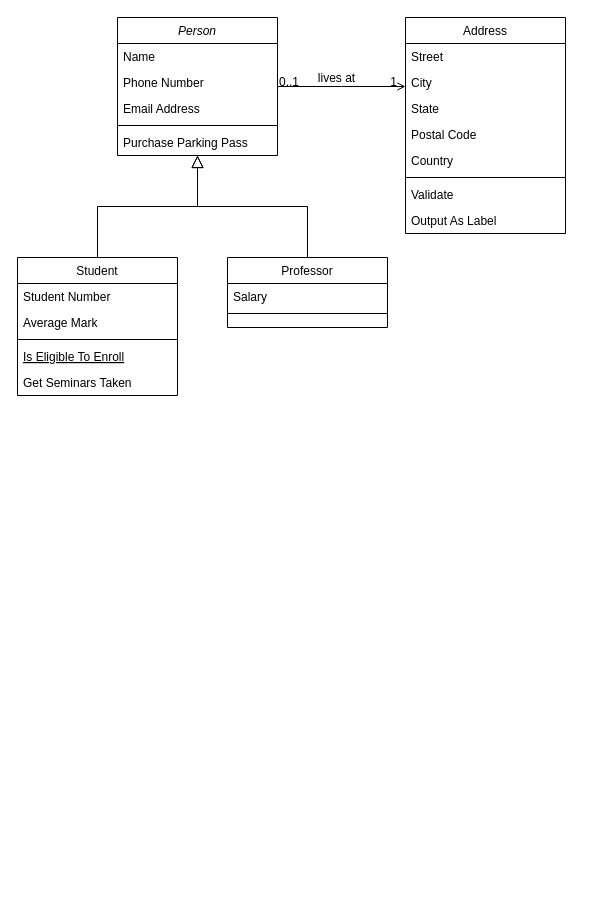
Above: Untitled Diagram.drawio in Lana-243/test-guru (draw.io), before the change. Source tidied: cells renumbered, new cells numbered last; positions are measured from the earlier drawing's top-left corner, leaving out a move shared by most shapes. Both pictures are drawn from the tidied source at 100%, with x=0, y=0 at pixel (17, 17).
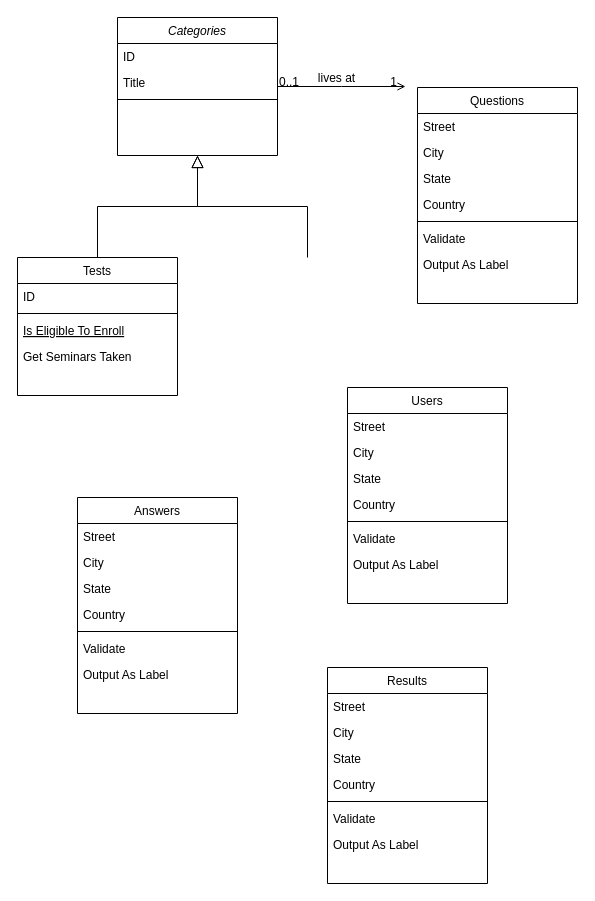
After the change.

The edit, as a diff of the source:
```diff
@@
-    <mxCell id="2" value="Person" style="swimlane;fontStyle=2;align=center;verticalAlign=top;horizontal=1;startSize=26;rounded=0;shadow=0;strokeWidth=1;" parent="1" vertex="1">
+    <mxCell id="2" value="Categories" style="swimlane;fontStyle=2;align=center;verticalAlign=top;horizontal=1;startSize=26;rounded=0;shadow=0;strokeWidth=1;" parent="1" vertex="1">
       <mxGeometry x="100" width="160" height="138" as="geometry" />
     </mxCell>
-    <mxCell id="3" value="Name" style="text;align=left;verticalAlign=top;spacingLeft=4;spacingRight=4;overflow=hidden;" parent="2" vertex="1">
+    <mxCell id="3" value="ID&#10;" style="text;align=left;verticalAlign=top;spacingLeft=4;spacingRight=4;overflow=hidden;" parent="2" vertex="1">
       <mxGeometry y="26" width="160" height="26" as="geometry" />
     </mxCell>
-    <mxCell id="4" value="Phone Number" style="text;align=left;verticalAlign=top;spacingLeft=4;spacingRight=4;overflow=hidden;rounded=0;shadow=0;html=0;" parent="2" vertex="1">
-      <mxGeometry y="52" width="160" height="26" as="geometry" />
-    </mxCell>
-    <mxCell id="5" value="Email Address" style="text;align=left;verticalAlign=top;spacingLeft=4;spacingRight=4;overflow=hidden;rounded=0;shadow=0;html=0;" parent="2" vertex="1">
-      <mxGeometry y="78" width="160" height="26" as="geometry" />
-    </mxCell>
+    <mxCell id="23" value="Title" style="text;align=left;verticalAlign=top;spacingLeft=4;spacingRight=4;overflow=hidden;rounded=0;shadow=0;html=0;" parent="2" vertex="1">
+      <mxGeometry y="52" width="160" height="26" as="geometry" />
+    </mxCell>
     <mxCell id="6" style="line;html=1;strokeWidth=1;align=left;verticalAlign=middle;spacingTop=-1;spacingLeft=3;spacingRight=3;labelPosition=right;" parent="2" vertex="1">
-      <mxGeometry y="104" width="160" height="8" as="geometry" />
+      <mxGeometry y="78" width="160" height="8" as="geometry" />
     </mxCell>
-    <mxCell id="7" value="Purchase Parking Pass" style="text;align=left;verticalAlign=top;spacingLeft=4;spacingRight=4;overflow=hidden;" parent="2" vertex="1">
-      <mxGeometry y="112" width="160" height="26" as="geometry" />
-    </mxCell>
-    <mxCell id="8" value="Student" style="swimlane;fontStyle=0;align=center;verticalAlign=top;horizontal=1;startSize=26;rounded=0;shadow=0;strokeWidth=1;" parent="1" vertex="1">
+    <mxCell id="8" value="Tests" style="swimlane;fontStyle=0;align=center;verticalAlign=top;horizontal=1;startSize=26;rounded=0;shadow=0;strokeWidth=1;" parent="1" vertex="1">
       <mxGeometry y="240" width="160" height="138" as="geometry" />
     </mxCell>
-    <mxCell id="9" value="Student Number" style="text;align=left;verticalAlign=top;spacingLeft=4;spacingRight=4;overflow=hidden;" parent="8" vertex="1">
-      <mxGeometry y="26" width="160" height="26" as="geometry" />
-    </mxCell>
-    <mxCell id="10" value="Average Mark" style="text;align=left;verticalAlign=top;spacingLeft=4;spacingRight=4;overflow=hidden;rounded=0;shadow=0;html=0;" parent="8" vertex="1">
-      <mxGeometry y="52" width="160" height="26" as="geometry" />
+    <mxCell id="10" value="ID" style="text;align=left;verticalAlign=top;spacingLeft=4;spacingRight=4;overflow=hidden;rounded=0;shadow=0;html=0;" parent="8" vertex="1">
+      <mxGeometry y="26" width="160" height="26" as="geometry" />
     </mxCell>
     <mxCell id="11" style="line;html=1;strokeWidth=1;align=left;verticalAlign=middle;spacingTop=-1;spacingLeft=3;spacingRight=3;labelPosition=right;" parent="8" vertex="1">
-      <mxGeometry y="78" width="160" height="8" as="geometry" />
+      <mxGeometry y="52" width="160" height="8" as="geometry" />
     </mxCell>
     <mxCell id="12" value="Is Eligible To Enroll" style="text;align=left;verticalAlign=top;spacingLeft=4;spacingRight=4;overflow=hidden;fontStyle=4;" parent="8" vertex="1">
-      <mxGeometry y="86" width="160" height="26" as="geometry" />
+      <mxGeometry y="60" width="160" height="26" as="geometry" />
     </mxCell>
     <mxCell id="13" value="Get Seminars Taken" style="text;align=left;verticalAlign=top;spacingLeft=4;spacingRight=4;overflow=hidden;" parent="8" vertex="1">
-      <mxGeometry y="112" width="160" height="26" as="geometry" />
+      <mxGeometry y="86" width="160" height="26" as="geometry" />
     </mxCell>
@@
-    <mxCell id="15" value="Professor" style="swimlane;fontStyle=0;align=center;verticalAlign=top;horizontal=1;startSize=26;rounded=0;shadow=0;strokeWidth=1;" parent="1" vertex="1">
-      <mxGeometry x="210" y="240" width="160" height="70" as="geometry" />
-    </mxCell>
-    <mxCell id="16" value="Salary" style="text;align=left;verticalAlign=top;spacingLeft=4;spacingRight=4;overflow=hidden;" parent="15" vertex="1">
-      <mxGeometry y="26" width="160" height="26" as="geometry" />
-    </mxCell>
-    <mxCell id="17" style="line;html=1;strokeWidth=1;align=left;verticalAlign=middle;spacingTop=-1;spacingLeft=3;spacingRight=3;labelPosition=right;" parent="15" vertex="1">
-      <mxGeometry y="52" width="160" height="8" as="geometry" />
-    </mxCell>
-    <mxCell id="18" style="endArrow=block;endSize=10;endFill=0;shadow=0;strokeWidth=1;rounded=0;edgeStyle=elbowEdgeStyle;elbow=vertical;" parent="1" edge="1" source="15" target="2">
-      <mxGeometry relative="1" as="geometry" />
+    <mxCell id="18" style="endArrow=block;endSize=10;endFill=0;shadow=0;strokeWidth=1;rounded=0;edgeStyle=elbowEdgeStyle;elbow=vertical;" parent="1" edge="1" target="2">
+      <mxGeometry relative="1" as="geometry">
+        <mxPoint x="290" y="240" as="sourcePoint" />
+      </mxGeometry>
     </mxCell>
-    <mxCell id="19" value="Address" style="swimlane;fontStyle=0;align=center;verticalAlign=top;horizontal=1;startSize=26;rounded=0;shadow=0;strokeWidth=1;" parent="1" vertex="1">
-      <mxGeometry x="388" width="160" height="216" as="geometry" />
-    </mxCell>
-    <mxCell id="20" value="Street" style="text;align=left;verticalAlign=top;spacingLeft=4;spacingRight=4;overflow=hidden;" parent="19" vertex="1">
-      <mxGeometry y="26" width="160" height="26" as="geometry" />
-    </mxCell>
-    <mxCell id="21" value="City" style="text;align=left;verticalAlign=top;spacingLeft=4;spacingRight=4;overflow=hidden;rounded=0;shadow=0;html=0;" parent="19" vertex="1">
-      <mxGeometry y="52" width="160" height="26" as="geometry" />
-    </mxCell>
-    <mxCell id="22" value="State" style="text;align=left;verticalAlign=top;spacingLeft=4;spacingRight=4;overflow=hidden;rounded=0;shadow=0;html=0;" parent="19" vertex="1">
-      <mxGeometry y="78" width="160" height="26" as="geometry" />
-    </mxCell>
-    <mxCell id="23" value="Postal Code" style="text;align=left;verticalAlign=top;spacingLeft=4;spacingRight=4;overflow=hidden;rounded=0;shadow=0;html=0;" parent="19" vertex="1">
-      <mxGeometry y="104" width="160" height="26" as="geometry" />
-    </mxCell>
-    <mxCell id="24" value="Country" style="text;align=left;verticalAlign=top;spacingLeft=4;spacingRight=4;overflow=hidden;rounded=0;shadow=0;html=0;" parent="19" vertex="1">
-      <mxGeometry y="130" width="160" height="26" as="geometry" />
-    </mxCell>
-    <mxCell id="25" style="line;html=1;strokeWidth=1;align=left;verticalAlign=middle;spacingTop=-1;spacingLeft=3;spacingRight=3;labelPosition=right;" parent="19" vertex="1">
-      <mxGeometry y="156" width="160" height="8" as="geometry" />
-    </mxCell>
-    <mxCell id="26" value="Validate" style="text;align=left;verticalAlign=top;spacingLeft=4;spacingRight=4;overflow=hidden;" parent="19" vertex="1">
-      <mxGeometry y="164" width="160" height="26" as="geometry" />
-    </mxCell>
-    <mxCell id="27" value="Output As Label" style="text;align=left;verticalAlign=top;spacingLeft=4;spacingRight=4;overflow=hidden;" parent="19" vertex="1">
-      <mxGeometry y="190" width="160" height="26" as="geometry" />
-    </mxCell>
-    <mxCell id="28" style="endArrow=open;shadow=0;strokeWidth=1;rounded=0;endFill=1;edgeStyle=elbowEdgeStyle;elbow=vertical;" parent="1" edge="1" source="2" target="19">
+    <mxCell id="28" style="endArrow=open;shadow=0;strokeWidth=1;rounded=0;endFill=1;edgeStyle=elbowEdgeStyle;elbow=vertical;" parent="1" edge="1" source="2">
       <mxGeometry x="0.5" y="41" relative="1" as="geometry">
+        <mxPoint x="388" y="69" as="targetPoint" />
         <mxPoint x="-40" y="32" as="offset" />
       </mxGeometry>
     </mxCell>
@@
+    <mxCell id="32" value="Users" style="swimlane;fontStyle=0;align=center;verticalAlign=top;horizontal=1;startSize=26;rounded=0;shadow=0;strokeWidth=1;" parent="1" vertex="1">
+      <mxGeometry x="330" y="370" width="160" height="216" as="geometry" />
+    </mxCell>
+    <mxCell id="33" value="Street" style="text;align=left;verticalAlign=top;spacingLeft=4;spacingRight=4;overflow=hidden;" parent="32" vertex="1">
+      <mxGeometry y="26" width="160" height="26" as="geometry" />
+    </mxCell>
+    <mxCell id="34" value="City" style="text;align=left;verticalAlign=top;spacingLeft=4;spacingRight=4;overflow=hidden;rounded=0;shadow=0;html=0;" parent="32" vertex="1">
+      <mxGeometry y="52" width="160" height="26" as="geometry" />
+    </mxCell>
+    <mxCell id="35" value="State" style="text;align=left;verticalAlign=top;spacingLeft=4;spacingRight=4;overflow=hidden;rounded=0;shadow=0;html=0;" parent="32" vertex="1">
+      <mxGeometry y="78" width="160" height="26" as="geometry" />
+    </mxCell>
+    <mxCell id="36" value="Country" style="text;align=left;verticalAlign=top;spacingLeft=4;spacingRight=4;overflow=hidden;rounded=0;shadow=0;html=0;" parent="32" vertex="1">
+      <mxGeometry y="104" width="160" height="26" as="geometry" />
+    </mxCell>
+    <mxCell id="37" style="line;html=1;strokeWidth=1;align=left;verticalAlign=middle;spacingTop=-1;spacingLeft=3;spacingRight=3;labelPosition=right;" parent="32" vertex="1">
+      <mxGeometry y="130" width="160" height="8" as="geometry" />
+    </mxCell>
+    <mxCell id="38" value="Validate" style="text;align=left;verticalAlign=top;spacingLeft=4;spacingRight=4;overflow=hidden;" parent="32" vertex="1">
+      <mxGeometry y="138" width="160" height="26" as="geometry" />
+    </mxCell>
+    <mxCell id="39" value="Output As Label" style="text;align=left;verticalAlign=top;spacingLeft=4;spacingRight=4;overflow=hidden;" parent="32" vertex="1">
+      <mxGeometry y="164" width="160" height="26" as="geometry" />
+    </mxCell>
+    <mxCell id="40" value="Questions" style="swimlane;fontStyle=0;align=center;verticalAlign=top;horizontal=1;startSize=26;rounded=0;shadow=0;strokeWidth=1;" parent="1" vertex="1">
+      <mxGeometry x="400" y="70" width="160" height="216" as="geometry" />
+    </mxCell>
+    <mxCell id="41" value="Street" style="text;align=left;verticalAlign=top;spacingLeft=4;spacingRight=4;overflow=hidden;" parent="40" vertex="1">
+      <mxGeometry y="26" width="160" height="26" as="geometry" />
+    </mxCell>
+    <mxCell id="42" value="City" style="text;align=left;verticalAlign=top;spacingLeft=4;spacingRight=4;overflow=hidden;rounded=0;shadow=0;html=0;" parent="40" vertex="1">
+      <mxGeometry y="52" width="160" height="26" as="geometry" />
+    </mxCell>
+    <mxCell id="43" value="State" style="text;align=left;verticalAlign=top;spacingLeft=4;spacingRight=4;overflow=hidden;rounded=0;shadow=0;html=0;" parent="40" vertex="1">
+      <mxGeometry y="78" width="160" height="26" as="geometry" />
+    </mxCell>
+    <mxCell id="44" value="Country" style="text;align=left;verticalAlign=top;spacingLeft=4;spacingRight=4;overflow=hidden;rounded=0;shadow=0;html=0;" parent="40" vertex="1">
+      <mxGeometry y="104" width="160" height="26" as="geometry" />
+    </mxCell>
+    <mxCell id="45" style="line;html=1;strokeWidth=1;align=left;verticalAlign=middle;spacingTop=-1;spacingLeft=3;spacingRight=3;labelPosition=right;" parent="40" vertex="1">
+      <mxGeometry y="130" width="160" height="8" as="geometry" />
+    </mxCell>
+    <mxCell id="46" value="Validate" style="text;align=left;verticalAlign=top;spacingLeft=4;spacingRight=4;overflow=hidden;" parent="40" vertex="1">
+      <mxGeometry y="138" width="160" height="26" as="geometry" />
+    </mxCell>
+    <mxCell id="47" value="Output As Label" style="text;align=left;verticalAlign=top;spacingLeft=4;spacingRight=4;overflow=hidden;" parent="40" vertex="1">
+      <mxGeometry y="164" width="160" height="26" as="geometry" />
+    </mxCell>
+    <mxCell id="48" value="Answers" style="swimlane;fontStyle=0;align=center;verticalAlign=top;horizontal=1;startSize=26;rounded=0;shadow=0;strokeWidth=1;" parent="1" vertex="1">
+      <mxGeometry x="60" y="480" width="160" height="216" as="geometry" />
+    </mxCell>
+    <mxCell id="49" value="Street" style="text;align=left;verticalAlign=top;spacingLeft=4;spacingRight=4;overflow=hidden;" parent="48" vertex="1">
+      <mxGeometry y="26" width="160" height="26" as="geometry" />
+    </mxCell>
+    <mxCell id="50" value="City" style="text;align=left;verticalAlign=top;spacingLeft=4;spacingRight=4;overflow=hidden;rounded=0;shadow=0;html=0;" parent="48" vertex="1">
+      <mxGeometry y="52" width="160" height="26" as="geometry" />
+    </mxCell>
+    <mxCell id="51" value="State" style="text;align=left;verticalAlign=top;spacingLeft=4;spacingRight=4;overflow=hidden;rounded=0;shadow=0;html=0;" parent="48" vertex="1">
+      <mxGeometry y="78" width="160" height="26" as="geometry" />
+    </mxCell>
+    <mxCell id="52" value="Country" style="text;align=left;verticalAlign=top;spacingLeft=4;spacingRight=4;overflow=hidden;rounded=0;shadow=0;html=0;" parent="48" vertex="1">
+      <mxGeometry y="104" width="160" height="26" as="geometry" />
+    </mxCell>
+    <mxCell id="53" style="line;html=1;strokeWidth=1;align=left;verticalAlign=middle;spacingTop=-1;spacingLeft=3;spacingRight=3;labelPosition=right;" parent="48" vertex="1">
+      <mxGeometry y="130" width="160" height="8" as="geometry" />
+    </mxCell>
+    <mxCell id="54" value="Validate" style="text;align=left;verticalAlign=top;spacingLeft=4;spacingRight=4;overflow=hidden;" parent="48" vertex="1">
+      <mxGeometry y="138" width="160" height="26" as="geometry" />
+    </mxCell>
+    <mxCell id="55" value="Output As Label" style="text;align=left;verticalAlign=top;spacingLeft=4;spacingRight=4;overflow=hidden;" parent="48" vertex="1">
+      <mxGeometry y="164" width="160" height="26" as="geometry" />
+    </mxCell>
+    <mxCell id="56" value="Results" style="swimlane;fontStyle=0;align=center;verticalAlign=top;horizontal=1;startSize=26;rounded=0;shadow=0;strokeWidth=1;" parent="1" vertex="1">
+      <mxGeometry x="310" y="650" width="160" height="216" as="geometry" />
+    </mxCell>
+    <mxCell id="57" value="Street" style="text;align=left;verticalAlign=top;spacingLeft=4;spacingRight=4;overflow=hidden;" parent="56" vertex="1">
+      <mxGeometry y="26" width="160" height="26" as="geometry" />
+    </mxCell>
+    <mxCell id="58" value="City" style="text;align=left;verticalAlign=top;spacingLeft=4;spacingRight=4;overflow=hidden;rounded=0;shadow=0;html=0;" parent="56" vertex="1">
+      <mxGeometry y="52" width="160" height="26" as="geometry" />
+    </mxCell>
+    <mxCell id="59" value="State" style="text;align=left;verticalAlign=top;spacingLeft=4;spacingRight=4;overflow=hidden;rounded=0;shadow=0;html=0;" parent="56" vertex="1">
+      <mxGeometry y="78" width="160" height="26" as="geometry" />
+    </mxCell>
+    <mxCell id="60" value="Country" style="text;align=left;verticalAlign=top;spacingLeft=4;spacingRight=4;overflow=hidden;rounded=0;shadow=0;html=0;" parent="56" vertex="1">
+      <mxGeometry y="104" width="160" height="26" as="geometry" />
+    </mxCell>
+    <mxCell id="61" style="line;html=1;strokeWidth=1;align=left;verticalAlign=middle;spacingTop=-1;spacingLeft=3;spacingRight=3;labelPosition=right;" parent="56" vertex="1">
+      <mxGeometry y="130" width="160" height="8" as="geometry" />
+    </mxCell>
+    <mxCell id="62" value="Validate" style="text;align=left;verticalAlign=top;spacingLeft=4;spacingRight=4;overflow=hidden;" parent="56" vertex="1">
+      <mxGeometry y="138" width="160" height="26" as="geometry" />
+    </mxCell>
+    <mxCell id="63" value="Output As Label" style="text;align=left;verticalAlign=top;spacingLeft=4;spacingRight=4;overflow=hidden;" parent="56" vertex="1">
+      <mxGeometry y="164" width="160" height="26" as="geometry" />
+    </mxCell>
```
